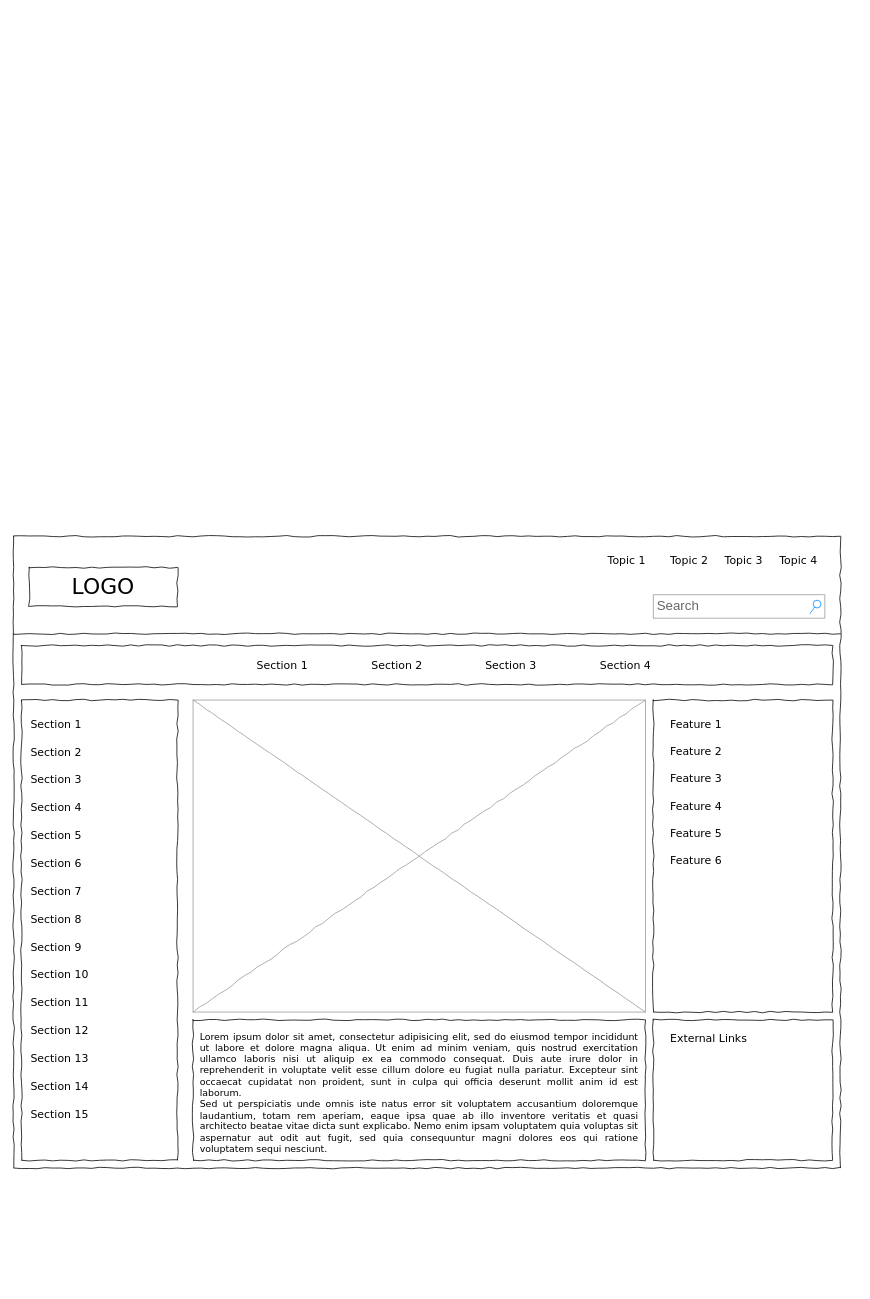
This is Untitled Diagram.drawio from carmen-gh/Bookworm, a draw.io file, before an edit. Source tidied: cells renumbered, new cells numbered last; positions are measured from the earlier drawing's top-left corner, leaving out a move shared by most shapes. Both pictures are drawn from the tidied source at 78%, with x=0, y=0 at pixel (13, 536).
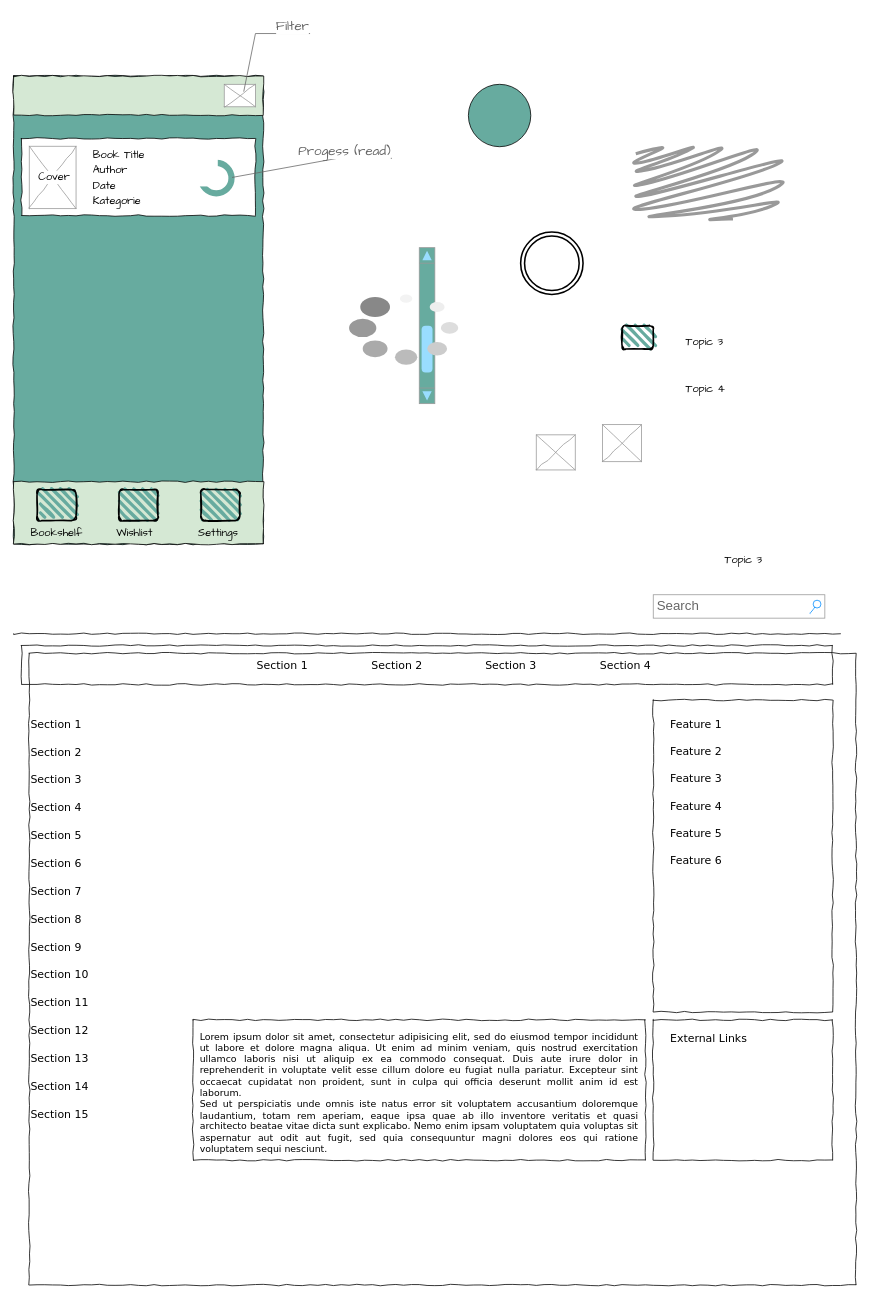
The same diagram, later.

The edit, as a diff of the source:
```diff
@@
+    <mxCell id="42" style="whiteSpace=wrap;html=1;rounded=0;shadow=0;labelBackgroundColor=#E6E6E6;strokeColor=#000000;strokeWidth=1;fillColor=#67AB9F;fontFamily=Verdana;fontSize=12;fontColor=#000000;align=center;comic=1;labelBorderColor=none;" parent="1" vertex="1">
+      <mxGeometry y="-590" width="320" height="600" as="geometry" />
+    </mxCell>
     <mxCell id="2" style="whiteSpace=wrap;html=1;rounded=0;shadow=0;labelBackgroundColor=none;strokeColor=#000000;strokeWidth=1;fillColor=none;fontFamily=Verdana;fontSize=12;fontColor=#000000;align=center;comic=1;" parent="1" vertex="1">
-      <mxGeometry width="1060" height="810" as="geometry" />
+      <mxGeometry x="20" y="150" width="1060" height="810" as="geometry" />
     </mxCell>
-    <mxCell id="3" value="LOGO" style="whiteSpace=wrap;html=1;rounded=0;shadow=0;labelBackgroundColor=none;strokeWidth=1;fontFamily=Verdana;fontSize=28;align=center;comic=1;" parent="1" vertex="1">
-      <mxGeometry x="20" y="40" width="190" height="50" as="geometry" />
+    <mxCell id="3" style="whiteSpace=wrap;html=1;rounded=0;shadow=0;labelBackgroundColor=#67AB9F;strokeWidth=1;fontFamily=Verdana;fontSize=28;align=center;comic=1;fillColor=#D5E8D4;" parent="1" vertex="1">
+      <mxGeometry y="-70" width="320" height="80" as="geometry" />
     </mxCell>
@@
-    <mxCell id="5" value="Topic 1" style="text;html=1;align=left;verticalAlign=top;spacingTop=-4;fontSize=14;fontFamily=Verdana;" parent="1" vertex="1">
-      <mxGeometry x="760" y="20" width="60" height="20" as="geometry" />
-    </mxCell>
-    <mxCell id="6" value="Topic 2" style="text;html=1;align=left;verticalAlign=top;spacingTop=-4;fontSize=14;fontFamily=Verdana;" parent="1" vertex="1">
-      <mxGeometry x="840" y="20" width="60" height="20" as="geometry" />
-    </mxCell>
-    <mxCell id="7" value="Topic 3" style="text;html=1;align=left;verticalAlign=top;spacingTop=-4;fontSize=14;fontFamily=Verdana;" parent="1" vertex="1">
+    <mxCell id="7" value="Topic 3" style="text;html=1;align=left;verticalAlign=top;spacingTop=-4;fontSize=14;fontFamily=Comic Sans MS;" parent="1" vertex="1">
       <mxGeometry x="910" y="20" width="60" height="20" as="geometry" />
     </mxCell>
-    <mxCell id="8" value="Topic 4" style="text;html=1;align=left;verticalAlign=top;spacingTop=-4;fontSize=14;fontFamily=Verdana;" parent="1" vertex="1">
-      <mxGeometry x="980" y="20" width="60" height="20" as="geometry" />
+    <mxCell id="8" value="Topic 4" style="text;html=1;align=left;verticalAlign=top;spacingTop=-4;fontSize=14;fontFamily=Comic Sans MS;" parent="1" vertex="1">
+      <mxGeometry x="860" y="-200" width="60" height="20" as="geometry" />
     </mxCell>
-    <mxCell id="9" style="whiteSpace=wrap;html=1;rounded=0;shadow=0;labelBackgroundColor=none;strokeWidth=1;fillColor=none;fontFamily=Verdana;fontSize=12;align=center;comic=1;" parent="1" vertex="1">
-      <mxGeometry x="10" y="210" width="200" height="590" as="geometry" />
+    <mxCell id="9" style="whiteSpace=wrap;html=1;rounded=0;shadow=0;labelBackgroundColor=none;strokeWidth=1;fillColor=#D5E8D4;fontFamily=Verdana;fontSize=12;align=center;comic=1;" parent="1" vertex="1">
+      <mxGeometry y="-590" width="320" height="50" as="geometry" />
     </mxCell>
@@
-    <mxCell id="17" style="verticalLabelPosition=bottom;shadow=0;dashed=0;align=center;html=1;verticalAlign=top;strokeWidth=1;shape=mxgraph.mockup.graphics.simpleIcon;strokeColor=#999999;rounded=0;labelBackgroundColor=none;fontFamily=Verdana;fontSize=14;fontColor=#000000;comic=1;" parent="1" vertex="1">
-      <mxGeometry x="230" y="210" width="580" height="400" as="geometry" />
-    </mxCell>
@@
+    <mxCell id="43" value="&lt;p style=&quot;margin: 0px 0px 2px; font-style: normal; font-variant-caps: normal; font-weight: normal; font-stretch: normal; font-size: 15px; line-height: normal; font-family: menlo;&quot;&gt;169&lt;/p&gt;" style="verticalLabelPosition=bottom;shadow=0;dashed=0;align=center;html=1;verticalAlign=top;strokeWidth=1;shape=mxgraph.mockup.graphics.simpleIcon;strokeColor=#999999;rounded=0;labelBackgroundColor=none;fontFamily=Verdana;fontSize=14;fontColor=none;comic=1;noLabel=1;" parent="1" vertex="1">
+      <mxGeometry x="270" y="-579.4" width="40" height="28.8" as="geometry" />
+    </mxCell>
+    <mxCell id="44" style="whiteSpace=wrap;html=1;rounded=0;shadow=0;labelBackgroundColor=none;strokeWidth=1;fillColor=default;fontFamily=Verdana;fontSize=12;align=center;comic=1;" parent="1" vertex="1">
+      <mxGeometry x="10" y="-510" width="300" height="98.8" as="geometry" />
+    </mxCell>
+    <mxCell id="45" value="&lt;p style=&quot;margin: 0px 0px 2px; font-style: normal; font-variant-caps: normal; font-weight: normal; font-stretch: normal; font-size: 15px; line-height: normal; font-family: menlo;&quot;&gt;169&lt;/p&gt;" style="verticalLabelPosition=bottom;shadow=0;dashed=0;align=center;html=1;verticalAlign=top;strokeWidth=1;shape=mxgraph.mockup.graphics.simpleIcon;strokeColor=#999999;rounded=0;labelBackgroundColor=none;fontFamily=Verdana;fontSize=14;fontColor=none;comic=1;noLabel=1;" parent="1" vertex="1">
+      <mxGeometry x="20" y="-500" width="60" height="80" as="geometry" />
+    </mxCell>
+    <mxCell id="6" value="Book Title" style="text;html=1;align=left;verticalAlign=top;spacingTop=-4;fontSize=14;fontFamily=Comic Sans MS;" parent="1" vertex="1">
+      <mxGeometry x="100" y="-500" width="60" height="20" as="geometry" />
+    </mxCell>
+    <mxCell id="46" value="Cover" style="text;html=1;align=left;verticalAlign=top;spacingTop=-4;fontSize=14;fontFamily=Comic Sans MS;labelBackgroundColor=default;" parent="1" vertex="1">
+      <mxGeometry x="30" y="-470.6" width="60" height="20" as="geometry" />
+    </mxCell>
+    <mxCell id="47" value="Author" style="text;html=1;align=left;verticalAlign=top;spacingTop=-4;fontSize=14;fontFamily=Comic Sans MS;" parent="1" vertex="1">
+      <mxGeometry x="100" y="-480" width="60" height="20" as="geometry" />
+    </mxCell>
+    <mxCell id="48" value="Date" style="text;html=1;align=left;verticalAlign=top;spacingTop=-4;fontSize=14;fontFamily=Comic Sans MS;" parent="1" vertex="1">
+      <mxGeometry x="100" y="-460" width="60" height="20" as="geometry" />
+    </mxCell>
+    <mxCell id="17" value="&lt;p style=&quot;margin: 0px 0px 2px; font-style: normal; font-variant-caps: normal; font-weight: normal; font-stretch: normal; font-size: 15px; line-height: normal; font-family: menlo;&quot;&gt;169&lt;/p&gt;" style="verticalLabelPosition=bottom;shadow=0;dashed=0;align=center;html=1;verticalAlign=top;strokeWidth=1;shape=mxgraph.mockup.graphics.simpleIcon;strokeColor=#999999;rounded=0;labelBackgroundColor=none;fontFamily=Verdana;fontSize=14;fontColor=none;comic=1;noLabel=1;" parent="1" vertex="1">
+      <mxGeometry x="670" y="-130" width="50" height="45" as="geometry" />
+    </mxCell>
+    <mxCell id="49" style="rounded=1;whiteSpace=wrap;html=1;strokeWidth=2;fillWeight=4;hachureGap=8;hachureAngle=45;fillColor=#67AB9F;sketch=1;labelBackgroundColor=default;labelBorderColor=none;fontFamily=Comic Sans MS;fontColor=none;" parent="1" vertex="1">
+      <mxGeometry x="780" y="-270" width="40" height="30" as="geometry" />
+    </mxCell>
+    <mxCell id="50" value="&lt;p style=&quot;margin: 0px 0px 2px; font-style: normal; font-variant-caps: normal; font-weight: normal; font-stretch: normal; font-size: 15px; line-height: normal; font-family: menlo;&quot;&gt;169&lt;/p&gt;" style="verticalLabelPosition=bottom;shadow=0;dashed=0;align=center;html=1;verticalAlign=top;strokeWidth=1;shape=mxgraph.mockup.graphics.simpleIcon;strokeColor=#999999;rounded=0;labelBackgroundColor=none;fontFamily=Verdana;fontSize=14;fontColor=none;comic=1;noLabel=1;" parent="1" vertex="1">
+      <mxGeometry x="755" y="-143.1" width="50" height="47.5" as="geometry" />
+    </mxCell>
+    <mxCell id="51" style="group;" parent="1" vertex="1">
+      <mxGeometry x="235" y="-60" width="60" height="63.5" as="geometry" />
+    </mxCell>
+    <mxCell id="52" style="rounded=1;whiteSpace=wrap;html=1;strokeWidth=2;fillWeight=4;hachureGap=8;hachureAngle=45;fillColor=#67AB9F;sketch=1;labelBackgroundColor=default;labelBorderColor=none;fontFamily=Comic Sans MS;fontColor=none;" parent="51" vertex="1">
+      <mxGeometry x="5" width="50" height="40" as="geometry" />
+    </mxCell>
+    <mxCell id="53" value="&lt;font face=&quot;Comic Sans MS&quot;&gt;Settings&lt;/font&gt;" style="text;html=1;align=left;verticalAlign=top;spacingTop=-4;fontSize=14;fontFamily=Verdana;" parent="51" vertex="1">
+      <mxGeometry y="43.5" width="60" height="20" as="geometry" />
+    </mxCell>
+    <mxCell id="54" style="group;" parent="1" vertex="1">
+      <mxGeometry x="130" y="-60" width="60" height="63.5" as="geometry" />
+    </mxCell>
+    <mxCell id="55" value="&lt;font face=&quot;Comic Sans MS&quot;&gt;Wishlist&lt;/font&gt;" style="text;html=1;align=left;verticalAlign=top;spacingTop=-4;fontSize=14;fontFamily=Verdana;" parent="54" vertex="1">
+      <mxGeometry y="43.5" width="60" height="20" as="geometry" />
+    </mxCell>
+    <mxCell id="56" style="rounded=1;whiteSpace=wrap;html=1;strokeWidth=2;fillWeight=4;hachureGap=8;hachureAngle=45;fillColor=#67AB9F;sketch=1;labelBackgroundColor=default;labelBorderColor=none;fontFamily=Comic Sans MS;fontColor=none;" parent="54" vertex="1">
+      <mxGeometry x="5" width="50" height="40" as="geometry" />
+    </mxCell>
+    <mxCell id="57" style="group;" parent="1" vertex="1">
+      <mxGeometry x="20" y="-60" width="60" height="63.5" as="geometry" />
+    </mxCell>
+    <mxCell id="58" style="rounded=1;whiteSpace=wrap;html=1;strokeWidth=2;fillWeight=4;hachureGap=8;hachureAngle=45;fillColor=#67AB9F;sketch=1;labelBackgroundColor=default;labelBorderColor=none;fontFamily=Comic Sans MS;fontColor=none;" parent="57" vertex="1">
+      <mxGeometry x="10" width="50" height="40" as="geometry" />
+    </mxCell>
+    <mxCell id="5" value="&lt;font face=&quot;Comic Sans MS&quot;&gt;Bookshelf&lt;/font&gt;" style="text;html=1;align=left;verticalAlign=top;spacingTop=-4;fontSize=14;fontFamily=Verdana;" parent="57" vertex="1">
+      <mxGeometry y="43.5" width="60" height="20" as="geometry" />
+    </mxCell>
+    <mxCell id="59" value="Topic 3" style="text;html=1;align=left;verticalAlign=top;spacingTop=-4;fontSize=14;fontFamily=Comic Sans MS;" parent="1" vertex="1">
+      <mxGeometry x="860" y="-260" width="60" height="20" as="geometry" />
+    </mxCell>
+    <mxCell id="60" value="Kategorie" style="text;html=1;align=left;verticalAlign=top;spacingTop=-4;fontSize=14;fontFamily=Comic Sans MS;" parent="1" vertex="1">
+      <mxGeometry x="100" y="-440" width="60" height="20" as="geometry" />
+    </mxCell>
+    <mxCell id="61" style="verticalLabelPosition=bottom;shadow=0;dashed=0;align=center;html=1;verticalAlign=top;strokeWidth=1;shape=mxgraph.mockup.navigation.scrollBar;strokeColor=#999999;barPos=20;fillColor2=#99ddff;strokeColor2=none;direction=north;labelBackgroundColor=default;labelBorderColor=none;fontFamily=Comic Sans MS;fontColor=none;fillColor=#67AB9F;" parent="1" vertex="1">
+      <mxGeometry x="520" y="-370" width="20" height="200" as="geometry" />
+    </mxCell>
+    <mxCell id="62" style="verticalLabelPosition=bottom;shadow=0;dashed=0;align=center;html=1;verticalAlign=top;strokeWidth=1;shape=mxgraph.mockup.misc.loading_circle_1;labelBackgroundColor=default;labelBorderColor=none;fontFamily=Comic Sans MS;fontColor=none;fillColor=#67AB9F;" parent="1" vertex="1">
+      <mxGeometry x="430" y="-310" width="140" height="90" as="geometry" />
+    </mxCell>
+    <mxCell id="63" value="Filter" style="strokeWidth=1;shadow=0;dashed=0;align=center;html=1;shape=mxgraph.mockup.text.callout;linkText=;textSize=17;textColor=#666666;callDir=NE;callStyle=line;fontSize=17;fontColor=#666666;align=right;verticalAlign=top;strokeColor=#666666;labelBackgroundColor=default;labelBorderColor=none;fontFamily=Comic Sans MS;fillColor=#67AB9F;" parent="1" vertex="1">
+      <mxGeometry x="295" y="-670" width="85" height="100" as="geometry" />
+    </mxCell>
+    <mxCell id="64" style="shape=mxgraph.mockup.markup.scratchOut;shadow=0;dashed=0;html=1;strokeColor=#999999;strokeWidth=4;labelBackgroundColor=default;labelBorderColor=none;fontFamily=Comic Sans MS;fontColor=none;fillColor=#67AB9F;" parent="1" vertex="1">
+      <mxGeometry x="790" y="-500" width="200" height="100" as="geometry" />
+    </mxCell>
+    <mxCell id="65" style="group;strokeWidth=10;" parent="1" vertex="1">
+      <mxGeometry x="583" y="-579.4" width="80" height="80" as="geometry" />
+    </mxCell>
+    <mxCell id="66" style="ellipse;whiteSpace=wrap;html=1;labelBackgroundColor=default;labelBorderColor=none;fontFamily=Comic Sans MS;fontColor=none;fillColor=#67AB9F;" parent="65" vertex="1">
+      <mxGeometry width="80" height="80" as="geometry" />
+    </mxCell>
+    <mxCell id="67" style="ellipse;shape=doubleEllipse;whiteSpace=wrap;html=1;labelBackgroundColor=default;labelBorderColor=none;fontFamily=Comic Sans MS;fontColor=none;strokeWidth=2;fillColor=#FFFFFF;" parent="1" vertex="1">
+      <mxGeometry x="650" y="-390" width="80" height="80" as="geometry" />
+    </mxCell>
+    <mxCell id="68" style="group;" parent="1" vertex="1">
+      <mxGeometry x="235" y="-489.8" width="48" height="58.4" as="geometry" />
+    </mxCell>
+    <mxCell id="69" style="ellipse;whiteSpace=wrap;html=1;labelBackgroundColor=default;labelBorderColor=none;fontFamily=Comic Sans MS;fontColor=none;strokeWidth=8;fillColor=#FFFFFF;strokeColor=#67AB9F;" parent="68" vertex="1">
+      <mxGeometry x="5.3" y="11.2" width="39" height="39" as="geometry" />
+    </mxCell>
+    <mxCell id="70" style="rounded=0;whiteSpace=wrap;html=1;labelBackgroundColor=default;labelBorderColor=none;fontFamily=Comic Sans MS;fontColor=none;strokeWidth=2;fillColor=#FFFFFF;strokeColor=none;" parent="68" vertex="1">
+      <mxGeometry width="26.7" height="41.3" as="geometry" />
+    </mxCell>
+    <mxCell id="71" value="Progess (read)" style="strokeWidth=1;shadow=0;dashed=0;align=center;html=1;shape=mxgraph.mockup.text.callout;linkText=;textSize=17;textColor=#666666;callDir=NE;callStyle=line;fontSize=17;fontColor=#666666;align=right;verticalAlign=top;strokeColor=#666666;labelBackgroundColor=default;labelBorderColor=none;fontFamily=Comic Sans MS;fillColor=#67AB9F;" parent="1" vertex="1">
+      <mxGeometry x="280" y="-510" width="205" height="50" as="geometry" />
+    </mxCell>
```
